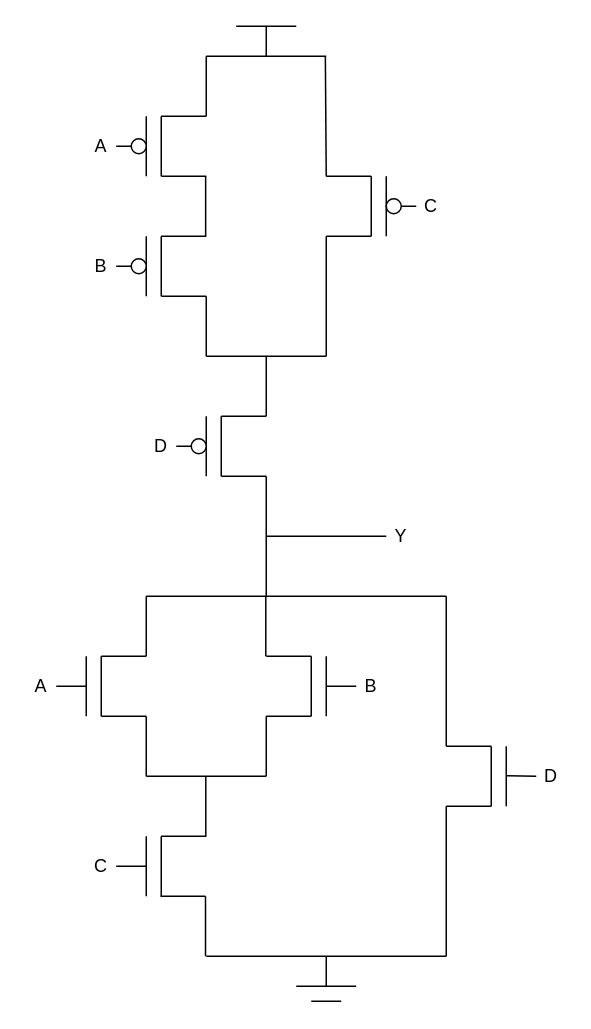
Above: page "problem2_static_cmos" (1 of 4) of 4/schematics.drawio in osowatzke/ECE507_HW (draw.io), before the change. Source tidied: cells renumbered, new cells numbered last; positions are measured from the earlier drawing's top-left corner, leaving out a move shared by most shapes. Both pictures are drawn from the tidied source at 150%, with x=0, y=0 at pixel (26, 26).
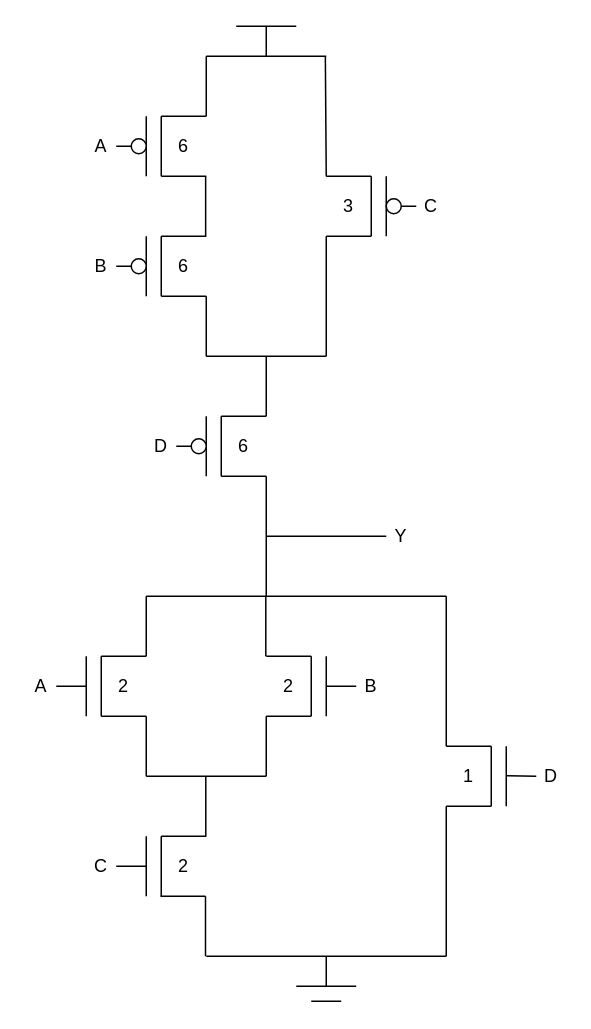
The same page after the edit.

The change refers to these unchanged cells:
```xml
<mxCell id="2" style="group;" parent="1" vertex="1">
  <mxGeometry x="40" y="420" width="40" height="40" as="geometry" />
</mxCell>
<mxCell id="7" style="group;" parent="1" vertex="1">
  <mxGeometry x="80" y="540" width="40" height="40" as="geometry" />
</mxCell>
<mxCell id="11" style="group;rotation=-180;" parent="1" vertex="1">
  <mxGeometry x="160" y="420" width="40" height="40" as="geometry" />
</mxCell>
<mxCell id="16" style="group;" parent="1" vertex="1">
  <mxGeometry x="70" y="140" width="50" height="40" as="geometry" />
</mxCell>
<mxCell id="22" style="group;" parent="1" vertex="1">
  <mxGeometry x="70" y="60" width="50" height="40" as="geometry" />
</mxCell>
<mxCell id="28" style="group;rotation=-180;" parent="1" vertex="1">
  <mxGeometry x="200" y="100" width="50" height="40" as="geometry" />
</mxCell>
<mxCell id="66" style="group;rotation=-180;" parent="1" vertex="1">
  <mxGeometry x="280" y="480" width="40" height="40" as="geometry" />
</mxCell>
<mxCell id="80" style="group;" parent="1" vertex="1">
  <mxGeometry x="110" y="260" width="50" height="40" as="geometry" />
</mxCell>
```

Change to the diagram source:
```diff
@@
+    <mxCell id="89" value="2" style="text;html=1;align=center;verticalAlign=middle;whiteSpace=wrap;rounded=0;" parent="2" vertex="1">
+      <mxGeometry x="10" y="10" width="30" height="20" as="geometry" />
+    </mxCell>
@@
+    <mxCell id="90" value="2" style="text;html=1;align=center;verticalAlign=middle;whiteSpace=wrap;rounded=0;" parent="7" vertex="1">
+      <mxGeometry x="10" y="10" width="30" height="20" as="geometry" />
+    </mxCell>
@@
+    <mxCell id="91" value="2" style="text;html=1;align=center;verticalAlign=middle;whiteSpace=wrap;rounded=0;" parent="11" vertex="1">
+      <mxGeometry y="10" width="30" height="20" as="geometry" />
+    </mxCell>
@@
+    <mxCell id="92" value="6" style="text;html=1;align=center;verticalAlign=middle;whiteSpace=wrap;rounded=0;" parent="16" vertex="1">
+      <mxGeometry x="20" y="10" width="30" height="20" as="geometry" />
+    </mxCell>
@@
+    <mxCell id="93" value="6" style="text;html=1;align=center;verticalAlign=middle;whiteSpace=wrap;rounded=0;" parent="22" vertex="1">
+      <mxGeometry x="20" y="10" width="30" height="20" as="geometry" />
+    </mxCell>
@@
+    <mxCell id="94" value="3" style="text;html=1;align=center;verticalAlign=middle;whiteSpace=wrap;rounded=0;" parent="28" vertex="1">
+      <mxGeometry y="10" width="30" height="20" as="geometry" />
+    </mxCell>
@@
+    <mxCell id="95" value="1" style="text;html=1;align=center;verticalAlign=middle;whiteSpace=wrap;rounded=0;" parent="66" vertex="1">
+      <mxGeometry y="10" width="30" height="20" as="geometry" />
+    </mxCell>
@@
+    <mxCell id="96" value="6" style="text;html=1;align=center;verticalAlign=middle;whiteSpace=wrap;rounded=0;" parent="80" vertex="1">
+      <mxGeometry x="20" y="10" width="30" height="20" as="geometry" />
+    </mxCell>
```
